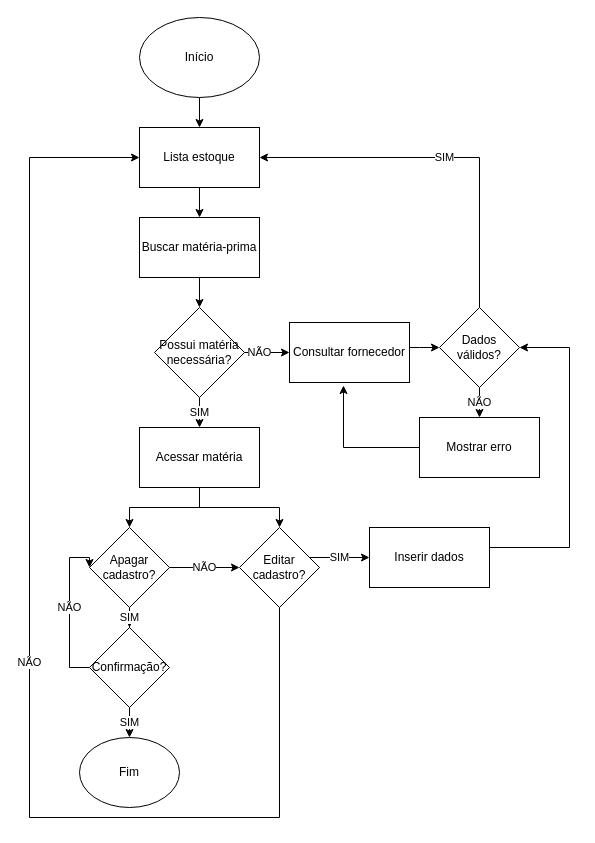
The draw.io diagram page "Página-2" (2 of 6) of Fluxograma.drawio in mariavi00/AppEquipe, before the edit. Source tidied: cells renumbered, new cells numbered last; positions are measured from the earlier drawing's top-left corner, leaving out a move shared by most shapes. Both pictures are drawn from the tidied source at 100%, with x=0, y=0 at pixel (29, 17).
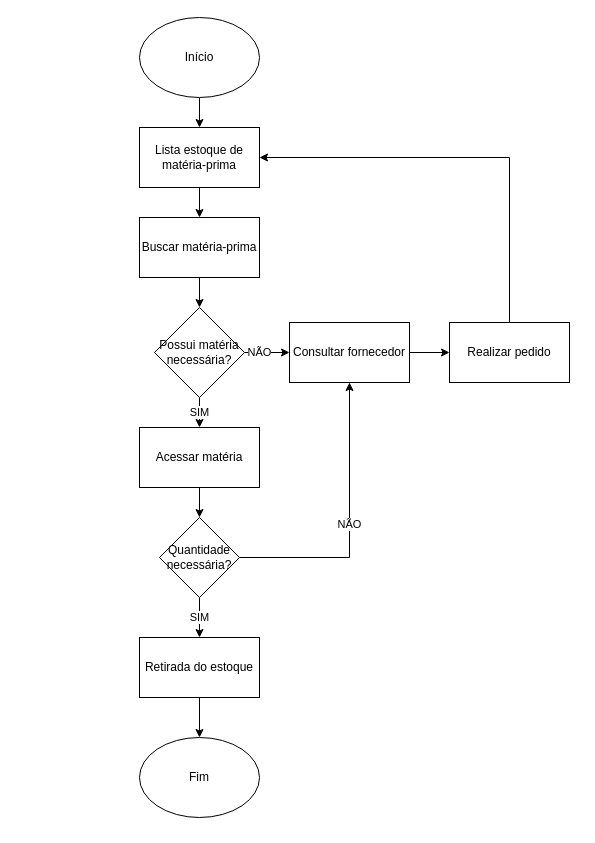
Above is the later version.

Unchanged cells that the change refers to:
```xml
<mxCell id="12" value="Consultar fornecedor" style="whiteSpace=wrap;html=1;" parent="1" vertex="1">
  <mxGeometry x="260" y="305" width="120" height="60" as="geometry" />
</mxCell>
<mxCell id="20" value="Acessar matéria" style="whiteSpace=wrap;html=1;" parent="1" vertex="1">
  <mxGeometry x="110" y="410" width="120" height="60" as="geometry" />
</mxCell>
```

What changed in the source:
```diff
@@
-    <mxCell id="5" value="Lista estoque" style="whiteSpace=wrap;html=1;" parent="1" vertex="1">
+    <mxCell id="5" value="Lista estoque de matéria-prima" style="whiteSpace=wrap;html=1;" parent="1" vertex="1">
       <mxGeometry x="110" y="110" width="120" height="60" as="geometry" />
     </mxCell>
@@
-    <mxCell id="11" style="edgeStyle=orthogonalEdgeStyle;rounded=0;jettySize=auto;html=1;" parent="1" edge="1" source="12" target="15">
-      <mxGeometry relative="1" as="geometry">
-        <Array as="points">
-          <mxPoint x="390" y="330" />
-          <mxPoint x="390" y="330" />
-        </Array>
-      </mxGeometry>
-    </mxCell>
+    <mxCell id="33" style="edgeStyle=orthogonalEdgeStyle;rounded=0;jettySize=auto;html=1;" parent="1" edge="1" source="12" target="37">
+      <mxGeometry relative="1" as="geometry" />
+    </mxCell>
@@
-    <mxCell id="13" value="NÃO" style="edgeStyle=orthogonalEdgeStyle;rounded=0;jettySize=auto;html=1;" parent="1" edge="1" source="15" target="16">
-      <mxGeometry relative="1" as="geometry" />
-    </mxCell>
-    <mxCell id="14" value="SIM" style="edgeStyle=orthogonalEdgeStyle;rounded=0;jettySize=auto;html=1;entryX=1;entryY=0.5;entryDx=0;entryDy=0;" parent="1" edge="1" source="15" target="5">
-      <mxGeometry relative="1" as="geometry">
-        <Array as="points">
-          <mxPoint x="450" y="140" />
-        </Array>
-      </mxGeometry>
-    </mxCell>
-    <mxCell id="15" value="Dados válidos?" style="rhombus;whiteSpace=wrap;html=1;" parent="1" vertex="1">
-      <mxGeometry x="410" y="290" width="80" height="80" as="geometry" />
-    </mxCell>
-    <mxCell id="16" value="Mostrar erro" style="whiteSpace=wrap;html=1;" parent="1" vertex="1">
-      <mxGeometry x="390" y="400" width="120" height="60" as="geometry" />
-    </mxCell>
-    <mxCell id="17" style="edgeStyle=orthogonalEdgeStyle;rounded=0;jettySize=auto;html=1;entryX=0.45;entryY=1.05;entryDx=0;entryDy=0;entryPerimeter=0;" parent="1" edge="1" source="16" target="12">
-      <mxGeometry relative="1" as="geometry" />
-    </mxCell>
@@
-    <mxCell id="19" style="edgeStyle=orthogonalEdgeStyle;rounded=0;jettySize=auto;html=1;" parent="1" edge="1" source="20" target="26">
-      <mxGeometry relative="1" as="geometry">
-        <Array as="points">
-          <mxPoint x="170" y="490" />
-          <mxPoint x="250" y="490" />
-        </Array>
-      </mxGeometry>
-    </mxCell>
@@
-    <mxCell id="21" value="NÃO" style="edgeStyle=orthogonalEdgeStyle;rounded=0;jettySize=auto;html=1;" parent="1" edge="1" source="23" target="26">
-      <mxGeometry relative="1" as="geometry" />
-    </mxCell>
-    <mxCell id="22" value="SIM" style="edgeStyle=orthogonalEdgeStyle;rounded=0;jettySize=auto;html=1;" parent="1" edge="1" source="23" target="31">
-      <mxGeometry relative="1" as="geometry" />
-    </mxCell>
+    <mxCell id="34" value="NÃO" style="edgeStyle=orthogonalEdgeStyle;rounded=0;jettySize=auto;html=1;" parent="1" edge="1" source="23" target="12">
+      <mxGeometry relative="1" as="geometry" />
+    </mxCell>
+    <mxCell id="35" value="SIM" style="edgeStyle=orthogonalEdgeStyle;rounded=0;jettySize=auto;html=1;" parent="1" edge="1" source="23" target="39">
+      <mxGeometry relative="1" as="geometry" />
+    </mxCell>
-    <mxCell id="23" value="Apagar cadastro?" style="rhombus;whiteSpace=wrap;html=1;" parent="1" vertex="1">
-      <mxGeometry x="60" y="510" width="80" height="80" as="geometry" />
+    <mxCell id="23" value="Quantidade necessária?" style="rhombus;whiteSpace=wrap;html=1;" parent="1" vertex="1">
+      <mxGeometry x="130" y="500" width="80" height="80" as="geometry" />
     </mxCell>
-    <mxCell id="24" value="NÃO" style="edgeStyle=orthogonalEdgeStyle;rounded=0;jettySize=auto;html=1;entryX=0;entryY=0.5;entryDx=0;entryDy=0;" parent="1" edge="1" source="26" target="5">
-      <mxGeometry relative="1" as="geometry">
-        <Array as="points">
-          <mxPoint x="250" y="800" />
-          <mxPoint y="800" />
-          <mxPoint y="140" />
-        </Array>
-      </mxGeometry>
-    </mxCell>
-    <mxCell id="25" value="SIM" style="edgeStyle=orthogonalEdgeStyle;rounded=0;jettySize=auto;html=1;" parent="1" edge="1" source="26" target="28">
-      <mxGeometry relative="1" as="geometry">
-        <Array as="points">
-          <mxPoint x="310" y="540" />
-          <mxPoint x="310" y="540" />
-        </Array>
-      </mxGeometry>
-    </mxCell>
-    <mxCell id="26" value="Editar cadastro?" style="rhombus;whiteSpace=wrap;html=1;" parent="1" vertex="1">
-      <mxGeometry x="210" y="510" width="80" height="80" as="geometry" />
-    </mxCell>
-    <mxCell id="27" style="edgeStyle=orthogonalEdgeStyle;rounded=0;jettySize=auto;html=1;entryX=1;entryY=0.5;entryDx=0;entryDy=0;" parent="1" edge="1" source="28" target="15">
-      <mxGeometry relative="1" as="geometry">
-        <Array as="points">
-          <mxPoint x="540" y="530" />
-          <mxPoint x="540" y="330" />
-        </Array>
-      </mxGeometry>
-    </mxCell>
-    <mxCell id="28" value="Inserir dados" style="whiteSpace=wrap;html=1;" parent="1" vertex="1">
-      <mxGeometry x="340" y="510" width="120" height="60" as="geometry" />
-    </mxCell>
-    <mxCell id="29" value="SIM" style="edgeStyle=orthogonalEdgeStyle;rounded=0;jettySize=auto;html=1;entryX=0.5;entryY=0;entryDx=0;entryDy=0;" parent="1" edge="1" source="31" target="32">
-      <mxGeometry relative="1" as="geometry" />
-    </mxCell>
-    <mxCell id="30" value="NÃO" style="edgeStyle=orthogonalEdgeStyle;rounded=0;jettySize=auto;html=1;entryX=0;entryY=0.5;entryDx=0;entryDy=0;" parent="1" edge="1" source="31" target="23">
-      <mxGeometry relative="1" as="geometry">
-        <Array as="points">
-          <mxPoint x="40" y="650" />
-          <mxPoint x="40" y="540" />
-        </Array>
-      </mxGeometry>
-    </mxCell>
-    <mxCell id="31" value="Confirmação?" style="rhombus;whiteSpace=wrap;html=1;" parent="1" vertex="1">
-      <mxGeometry x="60" y="610" width="80" height="80" as="geometry" />
-    </mxCell>
+    <mxCell id="36" style="edgeStyle=orthogonalEdgeStyle;rounded=0;jettySize=auto;html=1;entryX=1;entryY=0.5;entryDx=0;entryDy=0;" parent="1" edge="1" source="37" target="5">
+      <mxGeometry relative="1" as="geometry">
+        <Array as="points">
+          <mxPoint x="480" y="140" />
+        </Array>
+      </mxGeometry>
+    </mxCell>
+    <mxCell id="37" value="Realizar pedido" style="whiteSpace=wrap;html=1;" parent="1" vertex="1">
+      <mxGeometry x="420" y="305" width="120" height="60" as="geometry" />
+    </mxCell>
+    <mxCell id="38" style="edgeStyle=orthogonalEdgeStyle;rounded=0;jettySize=auto;html=1;" parent="1" edge="1" source="39" target="32">
+      <mxGeometry relative="1" as="geometry" />
+    </mxCell>
+    <mxCell id="39" value="Retirada do estoque" style="whiteSpace=wrap;html=1;" parent="1" vertex="1">
+      <mxGeometry x="110" y="620" width="120" height="60" as="geometry" />
+    </mxCell>
     <mxCell id="32" value="Fim" style="ellipse;whiteSpace=wrap;html=1;" parent="1" vertex="1">
-      <mxGeometry x="50" y="720" width="100" height="70" as="geometry" />
+      <mxGeometry x="110" y="720" width="120" height="80" as="geometry" />
     </mxCell>
```
